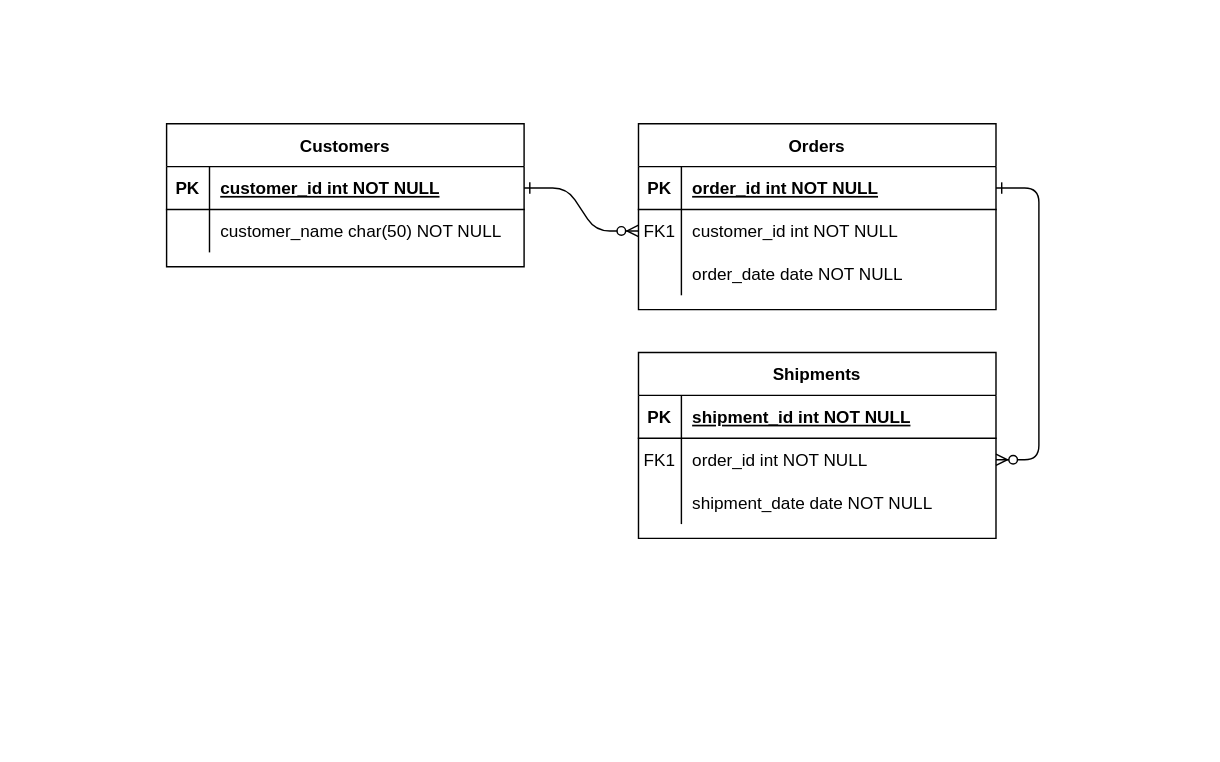
ArthurF-S/git_test keeps this draw.io diagram as Escola.drawio. Above is the earlier version. Source tidied: cells renumbered, new cells numbered last; positions are measured from the earlier drawing's top-left corner, leaving out a move shared by most shapes. Both pictures are drawn from the tidied source at 143%, with x=0, y=0 at pixel (166, 123).
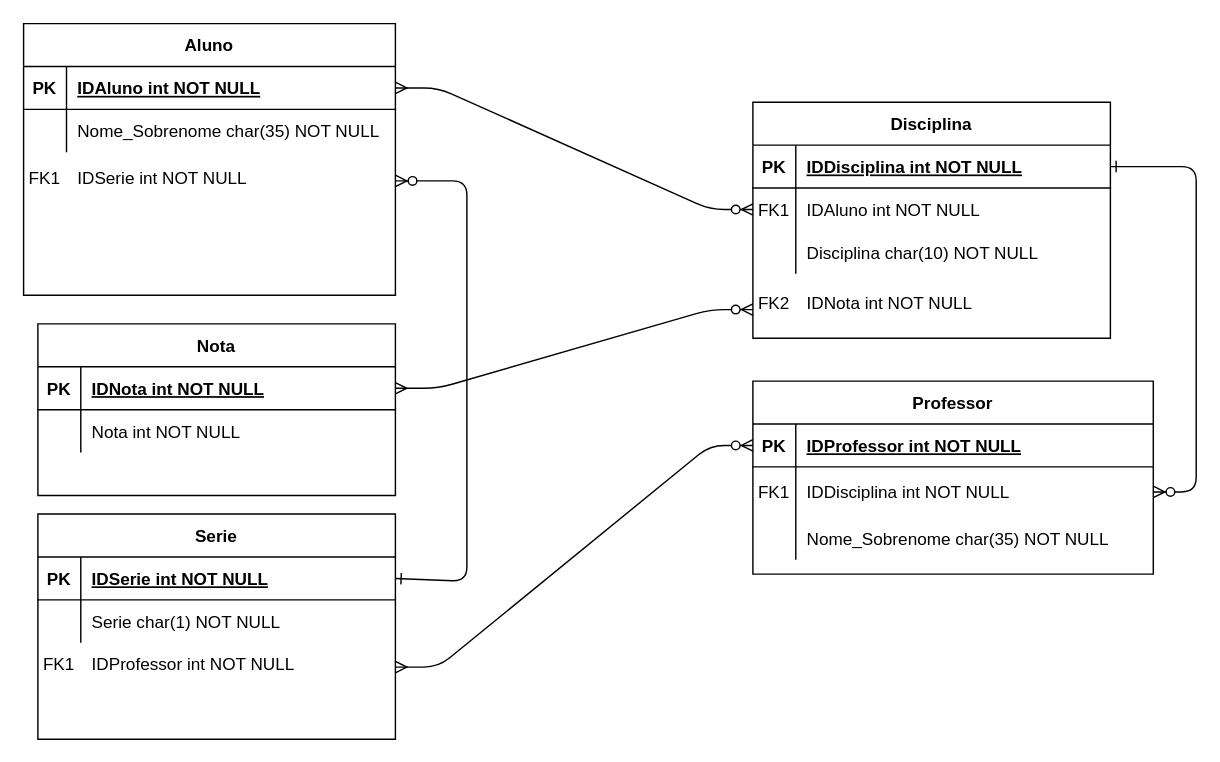
Above is the later version.

Unchanged cells that the change refers to:
```xml
<mxCell id="5" style="shape=partialRectangle;fillColor=none;points=[[0,0.5],[1,0.5]];portConstraint=eastwest;top=0;left=0;right=0;bottom=1;" parent="4" vertex="1">
  <mxGeometry y="30" width="250" height="30" as="geometry" />
</mxCell>
<mxCell id="8" style="shape=partialRectangle;fillColor=none;points=[[0,0.5],[1,0.5]];portConstraint=eastwest;top=0;left=0;right=0;bottom=0;" parent="4" vertex="1">
  <mxGeometry y="60" width="250" height="30" as="geometry" />
</mxCell>
<mxCell id="11" style="shape=partialRectangle;fillColor=none;top=0;left=0;right=0;bottom=0;" parent="4" vertex="1">
  <mxGeometry y="90" width="250" height="30" as="geometry" />
</mxCell>
```

Diff of the diagram source:
```diff
@@
-    <mxCell id="2" style="edgeStyle=entityRelationEdgeStyle;endArrow=ERzeroToMany;startArrow=ERone;endFill=1;startFill=0;" parent="1" edge="1" source="25" target="8">
+    <mxCell id="2" style="edgeStyle=entityRelationEdgeStyle;endArrow=ERzeroToMany;startArrow=ERmany;endFill=1;startFill=0;exitX=1;exitY=0.5;exitDx=0;exitDy=0;" parent="1" edge="1" source="25" target="8">
       <mxGeometry relative="1" as="geometry" />
     </mxCell>
@@
-    <mxCell id="4" value="Orders" style="shape=table;startSize=30;childLayout=tableLayout;rowLines=0;fontStyle=1;align=center;" parent="1" vertex="1">
-      <mxGeometry x="330" width="250" height="130" as="geometry" />
+    <mxCell id="4" value="Disciplina" style="shape=table;startSize=30;childLayout=tableLayout;rowLines=0;fontStyle=1;align=center;" parent="1" vertex="1">
+      <mxGeometry x="410" y="-15" width="250" height="165" as="geometry" />
     </mxCell>
@@
-    <mxCell id="7" value="order_id int NOT NULL " style="shape=partialRectangle;overflow=hidden;fillColor=none;top=0;left=0;bottom=0;right=0;align=left;spacingLeft=6;fontStyle=5;" parent="5" vertex="1">
+    <mxCell id="7" value="IDDisciplina int NOT NULL" style="shape=partialRectangle;overflow=hidden;fillColor=none;top=0;left=0;bottom=0;right=0;align=left;spacingLeft=6;fontStyle=5;" parent="5" vertex="1">
       <mxGeometry x="30" width="220" height="30" as="geometry" />
     </mxCell>
@@
-    <mxCell id="10" value="customer_id int NOT NULL" style="shape=partialRectangle;overflow=hidden;fillColor=none;top=0;left=0;bottom=0;right=0;align=left;spacingLeft=6;" parent="8" vertex="1">
+    <mxCell id="10" value="IDAluno int NOT NULL" style="shape=partialRectangle;overflow=hidden;fillColor=none;top=0;left=0;bottom=0;right=0;align=left;spacingLeft=6;" parent="8" vertex="1">
       <mxGeometry x="30" width="220" height="30" as="geometry" />
     </mxCell>
@@
-    <mxCell id="13" value="order_date date NOT NULL" style="shape=partialRectangle;overflow=hidden;fillColor=none;top=0;left=0;bottom=0;right=0;align=left;spacingLeft=6;" parent="11" vertex="1">
+    <mxCell id="13" value="Disciplina char(10) NOT NULL" style="shape=partialRectangle;overflow=hidden;fillColor=none;top=0;left=0;bottom=0;right=0;align=left;spacingLeft=6;" parent="11" vertex="1">
       <mxGeometry x="30" width="220" height="30" as="geometry" />
     </mxCell>
-    <mxCell id="14" value="Shipments" style="shape=table;startSize=30;childLayout=tableLayout;rowLines=0;fontStyle=1;align=center;" parent="1" vertex="1">
-      <mxGeometry x="330" y="160" width="250" height="130" as="geometry" />
+    <mxCell id="14" value="Professor" style="shape=table;startSize=30;childLayout=tableLayout;rowLines=0;fontStyle=1;align=center;" parent="1" vertex="1">
+      <mxGeometry x="410" y="180" width="280" height="135" as="geometry" />
     </mxCell>
     <mxCell id="15" style="shape=partialRectangle;fillColor=none;points=[[0,0.5],[1,0.5]];portConstraint=eastwest;top=0;left=0;right=0;bottom=1;" parent="14" vertex="1">
-      <mxGeometry y="30" width="250" height="30" as="geometry" />
+      <mxGeometry y="30" width="280" height="30" as="geometry" />
     </mxCell>
@@
-    <mxCell id="17" value="shipment_id int NOT NULL " style="shape=partialRectangle;overflow=hidden;fillColor=none;top=0;left=0;bottom=0;right=0;align=left;spacingLeft=6;fontStyle=5;" parent="15" vertex="1">
-      <mxGeometry x="30" width="220" height="30" as="geometry" />
+    <mxCell id="17" value="IDProfessor int NOT NULL" style="shape=partialRectangle;overflow=hidden;fillColor=none;top=0;left=0;bottom=0;right=0;align=left;spacingLeft=6;fontStyle=5;" parent="15" vertex="1">
+      <mxGeometry x="30" width="250" height="30" as="geometry" />
     </mxCell>
     <mxCell id="18" style="shape=partialRectangle;fillColor=none;points=[[0,0.5],[1,0.5]];portConstraint=eastwest;top=0;left=0;right=0;bottom=0;" parent="14" vertex="1">
-      <mxGeometry y="60" width="250" height="30" as="geometry" />
+      <mxGeometry y="60" width="280" height="35" as="geometry" />
     </mxCell>
     <mxCell id="19" value="FK1" style="shape=partialRectangle;overflow=hidden;fillColor=none;top=0;left=0;bottom=0;right=0;" parent="18" vertex="1">
-      <mxGeometry width="30" height="30" as="geometry" />
+      <mxGeometry width="30" height="35" as="geometry" />
     </mxCell>
-    <mxCell id="20" value="order_id int NOT NULL" style="shape=partialRectangle;overflow=hidden;fillColor=none;top=0;left=0;bottom=0;right=0;align=left;spacingLeft=6;" parent="18" vertex="1">
-      <mxGeometry x="30" width="220" height="30" as="geometry" />
+    <mxCell id="20" value="IDDisciplina int NOT NULL" style="shape=partialRectangle;overflow=hidden;fillColor=none;top=0;left=0;bottom=0;right=0;align=left;spacingLeft=6;" parent="18" vertex="1">
+      <mxGeometry x="30" width="250" height="35" as="geometry" />
     </mxCell>
     <mxCell id="21" style="shape=partialRectangle;fillColor=none;top=0;left=0;right=0;bottom=0;" parent="14" vertex="1">
-      <mxGeometry y="90" width="250" height="30" as="geometry" />
+      <mxGeometry y="95" width="280" height="30" as="geometry" />
     </mxCell>
@@
-    <mxCell id="23" value="shipment_date date NOT NULL" style="shape=partialRectangle;overflow=hidden;fillColor=none;top=0;left=0;bottom=0;right=0;align=left;spacingLeft=6;" parent="21" vertex="1">
-      <mxGeometry x="30" width="220" height="30" as="geometry" />
+    <mxCell id="23" value="Nome_Sobrenome char(35) NOT NULL" style="shape=partialRectangle;overflow=hidden;fillColor=none;top=0;left=0;bottom=0;right=0;align=left;spacingLeft=6;" parent="21" vertex="1">
+      <mxGeometry x="30" width="250" height="30" as="geometry" />
     </mxCell>
-    <mxCell id="24" value="Customers" style="shape=table;startSize=30;childLayout=tableLayout;rowLines=0;fontStyle=1;align=center;" parent="1" vertex="1">
-      <mxGeometry width="250" height="100" as="geometry" />
+    <mxCell id="24" value="Aluno" style="shape=table;startSize=30;childLayout=tableLayout;rowLines=0;fontStyle=1;align=center;" parent="1" vertex="1">
+      <mxGeometry x="-100" y="-70" width="260" height="190" as="geometry" />
     </mxCell>
     <mxCell id="25" style="shape=partialRectangle;fillColor=none;points=[[0,0.5],[1,0.5]];portConstraint=eastwest;top=0;left=0;right=0;bottom=1;" parent="24" vertex="1">
-      <mxGeometry y="30" width="250" height="30" as="geometry" />
+      <mxGeometry y="30" width="260" height="30" as="geometry" />
     </mxCell>
@@
-    <mxCell id="27" value="customer_id int NOT NULL " style="shape=partialRectangle;overflow=hidden;fillColor=none;top=0;left=0;bottom=0;right=0;align=left;spacingLeft=6;fontStyle=5;" parent="25" vertex="1">
-      <mxGeometry x="30" width="220" height="30" as="geometry" />
+    <mxCell id="27" value="IDAluno int NOT NULL" style="shape=partialRectangle;overflow=hidden;fillColor=none;top=0;left=0;bottom=0;right=0;align=left;spacingLeft=6;fontStyle=5;" parent="25" vertex="1">
+      <mxGeometry x="30" width="230" height="30" as="geometry" />
     </mxCell>
     <mxCell id="28" style="shape=partialRectangle;fillColor=none;top=0;left=0;right=0;bottom=0;" parent="24" vertex="1">
-      <mxGeometry y="60" width="250" height="30" as="geometry" />
+      <mxGeometry y="60" width="260" height="30" as="geometry" />
     </mxCell>
@@
-    <mxCell id="30" value="customer_name char(50) NOT NULL" style="shape=partialRectangle;overflow=hidden;fillColor=none;top=0;left=0;bottom=0;right=0;align=left;spacingLeft=6;" parent="28" vertex="1">
-      <mxGeometry x="30" width="220" height="30" as="geometry" />
+    <mxCell id="30" value="Nome_Sobrenome char(35) NOT NULL" style="shape=partialRectangle;overflow=hidden;fillColor=none;top=0;left=0;bottom=0;right=0;align=left;spacingLeft=6;" parent="28" vertex="1">
+      <mxGeometry x="30" width="230" height="30" as="geometry" />
     </mxCell>
+    <mxCell id="31" value="Nota" style="shape=table;startSize=30;childLayout=tableLayout;rowLines=0;fontStyle=1;align=center;" parent="1" vertex="1">
+      <mxGeometry x="-90" y="140" width="250" height="120" as="geometry" />
+    </mxCell>
+    <mxCell id="32" style="shape=partialRectangle;fillColor=none;points=[[0,0.5],[1,0.5]];portConstraint=eastwest;top=0;left=0;right=0;bottom=1;" parent="31" vertex="1">
+      <mxGeometry y="30" width="250" height="30" as="geometry" />
+    </mxCell>
+    <mxCell id="33" value="PK" style="shape=partialRectangle;overflow=hidden;fillColor=none;top=0;left=0;bottom=0;right=0;fontStyle=1;" parent="32" vertex="1">
+      <mxGeometry width="30" height="30" as="geometry" />
+    </mxCell>
+    <mxCell id="34" value="IDNota int NOT NULL" style="shape=partialRectangle;overflow=hidden;fillColor=none;top=0;left=0;bottom=0;right=0;align=left;spacingLeft=6;fontStyle=5;" parent="32" vertex="1">
+      <mxGeometry x="30" width="220" height="30" as="geometry" />
+    </mxCell>
+    <mxCell id="35" style="shape=partialRectangle;fillColor=none;top=0;left=0;right=0;bottom=0;" parent="31" vertex="1">
+      <mxGeometry y="60" width="250" height="30" as="geometry" />
+    </mxCell>
+    <mxCell id="36" style="shape=partialRectangle;overflow=hidden;fillColor=none;top=0;left=0;bottom=0;right=0;" parent="35" vertex="1">
+      <mxGeometry width="30" height="30" as="geometry" />
+    </mxCell>
+    <mxCell id="37" value="Nota int NOT NULL" style="shape=partialRectangle;overflow=hidden;fillColor=none;top=0;left=0;bottom=0;right=0;align=left;spacingLeft=6;" parent="35" vertex="1">
+      <mxGeometry x="30" width="220" height="30" as="geometry" />
+    </mxCell>
+    <mxCell id="38" value="Serie" style="shape=table;startSize=30;childLayout=tableLayout;rowLines=0;fontStyle=1;align=center;" parent="1" vertex="1">
+      <mxGeometry x="-90" y="273" width="250" height="157.5" as="geometry" />
+    </mxCell>
+    <mxCell id="39" style="shape=partialRectangle;fillColor=none;points=[[0,0.5],[1,0.5]];portConstraint=eastwest;top=0;left=0;right=0;bottom=1;" parent="38" vertex="1">
+      <mxGeometry y="30" width="250" height="30" as="geometry" />
+    </mxCell>
+    <mxCell id="40" value="PK" style="shape=partialRectangle;overflow=hidden;fillColor=none;top=0;left=0;bottom=0;right=0;fontStyle=1;" parent="39" vertex="1">
+      <mxGeometry width="30" height="30" as="geometry" />
+    </mxCell>
+    <mxCell id="41" value="IDSerie int NOT NULL" style="shape=partialRectangle;overflow=hidden;fillColor=none;top=0;left=0;bottom=0;right=0;align=left;spacingLeft=6;fontStyle=5;" parent="39" vertex="1">
+      <mxGeometry x="30" width="220" height="30" as="geometry" />
+    </mxCell>
+    <mxCell id="42" style="shape=partialRectangle;fillColor=none;top=0;left=0;right=0;bottom=0;" parent="38" vertex="1">
+      <mxGeometry y="60" width="250" height="30" as="geometry" />
+    </mxCell>
+    <mxCell id="43" style="shape=partialRectangle;overflow=hidden;fillColor=none;top=0;left=0;bottom=0;right=0;" parent="42" vertex="1">
+      <mxGeometry width="30" height="30" as="geometry" />
+    </mxCell>
+    <mxCell id="44" value="Serie char(1) NOT NULL" style="shape=partialRectangle;overflow=hidden;fillColor=none;top=0;left=0;bottom=0;right=0;align=left;spacingLeft=6;" parent="42" vertex="1">
+      <mxGeometry x="30" width="220" height="30" as="geometry" />
+    </mxCell>
+    <mxCell id="45" value="FK1" style="shape=partialRectangle;overflow=hidden;fillColor=none;top=0;left=0;bottom=0;right=0;" parent="1" vertex="1">
+      <mxGeometry x="-90" y="360" width="30" height="35" as="geometry" />
+    </mxCell>
+    <mxCell id="46" value="IDProfessor int NOT NULL" style="shape=partialRectangle;overflow=hidden;fillColor=none;top=0;left=0;bottom=0;right=0;align=left;spacingLeft=6;" parent="1" vertex="1">
+      <mxGeometry x="-60" y="360" width="220" height="35" as="geometry" />
+    </mxCell>
+    <mxCell id="47" style="edgeStyle=entityRelationEdgeStyle;endArrow=ERzeroToMany;startArrow=ERmany;endFill=1;startFill=0;entryX=0;entryY=0.5;entryDx=0;entryDy=0;" parent="1" edge="1" target="15">
+      <mxGeometry relative="1" as="geometry">
+        <mxPoint x="160" y="380" as="sourcePoint" />
+      </mxGeometry>
+    </mxCell>
+    <mxCell id="48" value="FK1" style="shape=partialRectangle;overflow=hidden;fillColor=none;top=0;left=0;bottom=0;right=0;" parent="1" vertex="1">
+      <mxGeometry x="-100" y="20" width="30" height="35" as="geometry" />
+    </mxCell>
+    <mxCell id="49" value="IDSerie int NOT NULL" style="shape=partialRectangle;overflow=hidden;fillColor=none;top=0;left=0;bottom=0;right=0;align=left;spacingLeft=6;" parent="1" vertex="1">
+      <mxGeometry x="-70" y="20" width="230" height="35" as="geometry" />
+    </mxCell>
+    <mxCell id="50" style="endArrow=ERzeroToMany;startArrow=ERone;endFill=1;startFill=0;exitX=1;exitY=0.5;exitDx=0;exitDy=0;" parent="1" edge="1" source="39">
+      <mxGeometry relative="1" as="geometry">
+        <mxPoint x="160" y="40" as="targetPoint" />
+        <Array as="points">
+          <mxPoint x="210" y="320" />
+          <mxPoint x="210" y="180" />
+          <mxPoint x="210" y="40" />
+        </Array>
+      </mxGeometry>
+    </mxCell>
+    <mxCell id="51" value="FK2" style="shape=partialRectangle;overflow=hidden;fillColor=none;top=0;left=0;bottom=0;right=0;" parent="1" vertex="1">
+      <mxGeometry x="410" y="110" width="30" height="30" as="geometry" />
+    </mxCell>
+    <mxCell id="52" value="IDNota int NOT NULL" style="shape=partialRectangle;overflow=hidden;fillColor=none;top=0;left=0;bottom=0;right=0;align=left;spacingLeft=6;" parent="1" vertex="1">
+      <mxGeometry x="440" y="105" width="220" height="40" as="geometry" />
+    </mxCell>
+    <mxCell id="53" style="edgeStyle=entityRelationEdgeStyle;endArrow=ERzeroToMany;startArrow=ERmany;endFill=1;startFill=0;exitX=1;exitY=0.5;exitDx=0;exitDy=0;" parent="1" edge="1" source="32">
+      <mxGeometry relative="1" as="geometry">
+        <mxPoint x="410" y="130" as="targetPoint" />
+      </mxGeometry>
+    </mxCell>
```
